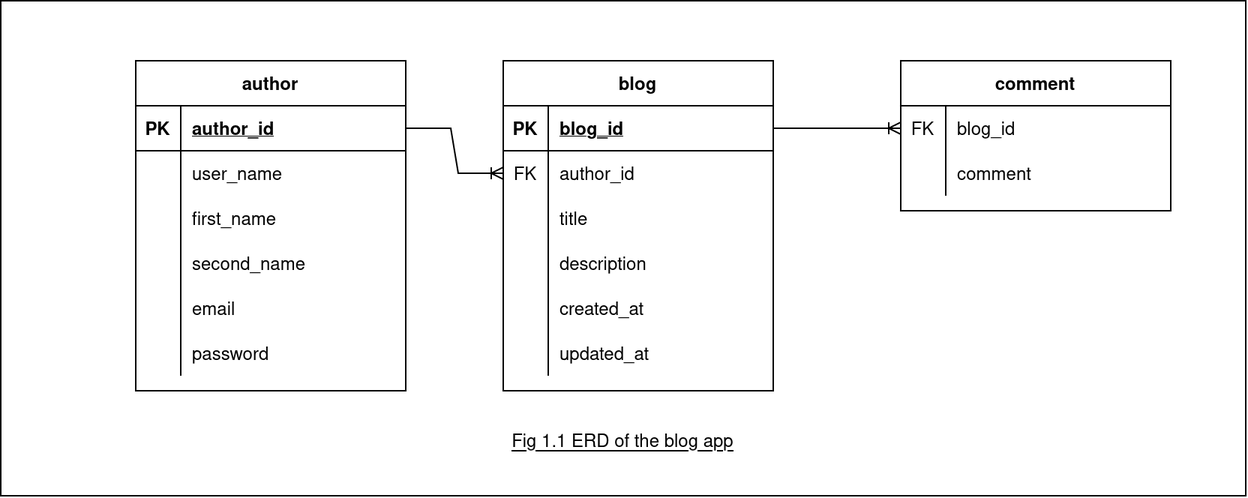
Before: erd_blog_app_fig_1_1.png, a diagram exported from draw.io (rodanr/nestjs-blog-rest-app). Source tidied: cells renumbered, new cells last; positions are measured from the earlier drawing's top-left corner, leaving out a move shared by most shapes.
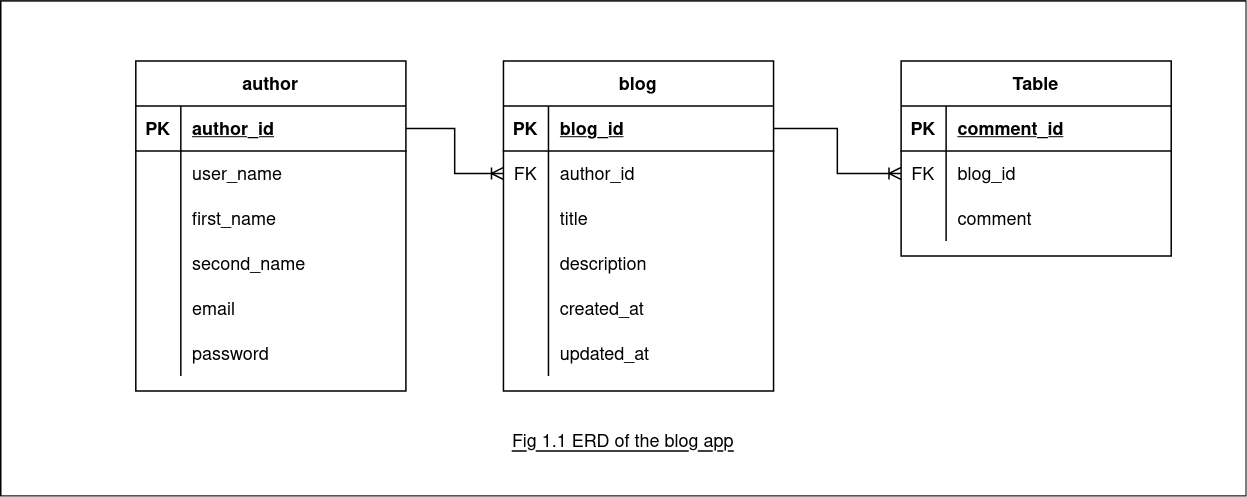
Above is the later version.

Commit message:
added comment feature

Diff of the diagram source:
```diff
@@ -119,35 +119,44 @@
     <mxCell id="40" value="updated_at" style="shape=partialRectangle;fillColor=none;top=0;left=0;bottom=0;right=0;align=left;spacingLeft=6;overflow=hidden;" parent="38" vertex="1">
       <mxGeometry x="30" width="150" height="30" as="geometry" />
     </mxCell>
-    <mxCell id="41" style="edgeStyle=entityRelationEdgeStyle;fontSize=12;html=1;endArrow=ERoneToMany;rounded=0;exitX=1;exitY=0.5;exitDx=0;exitDy=0;entryX=0;entryY=0.5;entryDx=0;entryDy=0;" parent="1" edge="1" source="4" target="26">
+    <mxCell id="41" style="edgeStyle=orthogonalEdgeStyle;fontSize=12;html=1;endArrow=ERoneToMany;rounded=0;exitX=1;exitY=0.5;exitDx=0;exitDy=0;entryX=0;entryY=0.5;entryDx=0;entryDy=0;" parent="1" edge="1" source="4" target="26">
       <mxGeometry relative="1" as="geometry" />
     </mxCell>
-    <mxCell id="42" style="fontSize=12;html=1;endArrow=ERoneToMany;rounded=0;exitX=1;exitY=0.5;exitDx=0;exitDy=0;entryX=0;entryY=0.5;entryDx=0;entryDy=0;" parent="1" edge="1" source="23" target="44">
+    <mxCell id="42" style="fontSize=12;html=1;endArrow=ERoneToMany;rounded=0;exitX=1;exitY=0.5;exitDx=0;exitDy=0;entryX=0;entryY=0.5;entryDx=0;entryDy=0;edgeStyle=orthogonalEdgeStyle;" parent="1" edge="1" source="23" target="48">
       <mxGeometry relative="1" as="geometry" />
     </mxCell>
-    <mxCell id="43" value="comment" style="shape=table;startSize=30;rowLines=0;fontStyle=1;align=center;strokeColor=default;fillColor=default;" parent="1" vertex="1">
-      <mxGeometry x="600" y="40" width="180" height="100" as="geometry" />
+    <mxCell id="43" value="&lt;u&gt;Fig 1.1 ERD of the blog app&lt;/u&gt;" style="text;html=1;strokeColor=none;fillColor=none;align=center;verticalAlign=middle;whiteSpace=wrap;rounded=0;" parent="1" vertex="1">
+      <mxGeometry x="325" y="280" width="180" height="30" as="geometry" />
     </mxCell>
-    <mxCell id="44" style="shape=tableRow;horizontal=0;startSize=0;swimlaneHead=0;swimlaneBody=0;fillColor=none;points=[[0,0.5],[1,0.5]];portConstraint=eastwest;top=0;left=0;right=0;bottom=1;strokeColor=none;swimlaneLine=0;" parent="43" vertex="1">
-      <mxGeometry y="30" width="180" height="30" as="geometry" />
+    <mxCell id="44" value="Table" style="shape=table;startSize=30;rowLines=0;fontStyle=1;align=center;" parent="1" vertex="1">
+      <mxGeometry x="600" y="40" width="180" height="130" as="geometry" />
     </mxCell>
-    <mxCell id="45" value="FK" style="shape=partialRectangle;fillColor=none;top=0;left=0;bottom=0;right=0;fontStyle=0;overflow=hidden;strokeColor=default;" parent="44" vertex="1">
-      <mxGeometry width="30" height="30" as="geometry" />
+    <mxCell id="45" style="shape=tableRow;horizontal=0;startSize=0;swimlaneHead=0;swimlaneBody=0;fillColor=none;top=0;left=0;right=0;bottom=1;" parent="44" vertex="1">
+      <mxGeometry y="30" width="180" height="30" as="geometry" />
     </mxCell>
-    <mxCell id="46" value="blog_id" style="shape=partialRectangle;fillColor=none;top=0;left=0;bottom=0;right=0;align=left;spacingLeft=6;fontStyle=0;overflow=hidden;strokeColor=none;" parent="44" vertex="1">
-      <mxGeometry x="30" width="150" height="30" as="geometry" />
+    <mxCell id="46" value="PK" style="shape=partialRectangle;fillColor=none;top=0;left=0;bottom=0;right=0;fontStyle=1;overflow=hidden;" parent="45" vertex="1">
+      <mxGeometry width="30" height="30" as="geometry" />
     </mxCell>
-    <mxCell id="47" style="shape=tableRow;horizontal=0;startSize=0;swimlaneHead=0;swimlaneBody=0;fillColor=none;top=0;left=0;right=0;bottom=0;strokeColor=default;" parent="43" vertex="1">
-      <mxGeometry y="60" width="180" height="30" as="geometry" />
+    <mxCell id="47" value="comment_id" style="shape=partialRectangle;fillColor=none;top=0;left=0;bottom=0;right=0;align=left;spacingLeft=6;fontStyle=5;overflow=hidden;" parent="45" vertex="1">
+      <mxGeometry x="30" width="150" height="30" as="geometry" />
     </mxCell>
-    <mxCell id="48" style="shape=partialRectangle;fillColor=none;top=0;left=0;bottom=0;right=0;overflow=hidden;strokeColor=default;" parent="47" vertex="1">
-      <mxGeometry width="30" height="30" as="geometry" />
+    <mxCell id="48" style="shape=tableRow;horizontal=0;startSize=0;swimlaneHead=0;swimlaneBody=0;fillColor=none;points=[[0,0.5],[1,0.5]];portConstraint=eastwest;top=0;left=0;right=0;bottom=0;" parent="44" vertex="1">
+      <mxGeometry y="60" width="180" height="30" as="geometry" />
     </mxCell>
-    <mxCell id="49" value="comment" style="shape=partialRectangle;fillColor=none;top=0;left=0;bottom=0;right=0;align=left;spacingLeft=6;overflow=hidden;strokeColor=default;" parent="47" vertex="1">
-      <mxGeometry x="30" width="150" height="30" as="geometry" />
+    <mxCell id="49" value="FK" style="shape=partialRectangle;fillColor=none;top=0;left=0;bottom=0;right=0;overflow=hidden;" parent="48" vertex="1">
+      <mxGeometry width="30" height="30" as="geometry" />
     </mxCell>
-    <mxCell id="50" value="&lt;u&gt;Fig 1.1 ERD of the blog app&lt;/u&gt;" style="text;html=1;strokeColor=none;fillColor=none;align=center;verticalAlign=middle;whiteSpace=wrap;rounded=0;" parent="1" vertex="1">
-      <mxGeometry x="325" y="280" width="180" height="30" as="geometry" />
+    <mxCell id="50" value="blog_id" style="shape=partialRectangle;fillColor=none;top=0;left=0;bottom=0;right=0;align=left;spacingLeft=6;overflow=hidden;" parent="48" vertex="1">
+      <mxGeometry x="30" width="150" height="30" as="geometry" />
     </mxCell>
+    <mxCell id="51" style="shape=tableRow;horizontal=0;startSize=0;swimlaneHead=0;swimlaneBody=0;fillColor=none;top=0;left=0;right=0;bottom=0;" parent="44" vertex="1">
+      <mxGeometry y="90" width="180" height="30" as="geometry" />
+    </mxCell>
+    <mxCell id="52" style="shape=partialRectangle;fillColor=none;top=0;left=0;bottom=0;right=0;overflow=hidden;" parent="51" vertex="1">
+      <mxGeometry width="30" height="30" as="geometry" />
+    </mxCell>
+    <mxCell id="53" value="comment" style="shape=partialRectangle;fillColor=none;top=0;left=0;bottom=0;right=0;align=left;spacingLeft=6;overflow=hidden;" parent="51" vertex="1">
+      <mxGeometry x="30" width="150" height="30" as="geometry" />
+    </mxCell>
   </root>
 </mxGraphModel>
```
